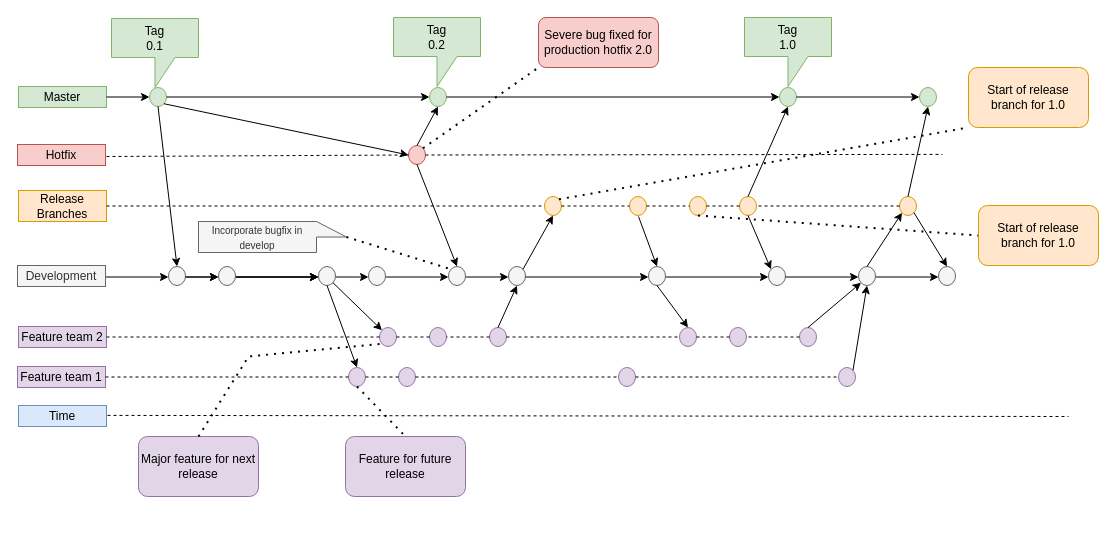
Earlier version of the draw.io diagram Foot_Git.drawio (SaiTejdev/Foot_Draw). Source tidied: cells renumbered, new cells numbered last; positions are measured from the earlier drawing's top-left corner, leaving out a move shared by most shapes. Both pictures are drawn from the tidied source at 100%, with x=0, y=0 at pixel (17, 17).
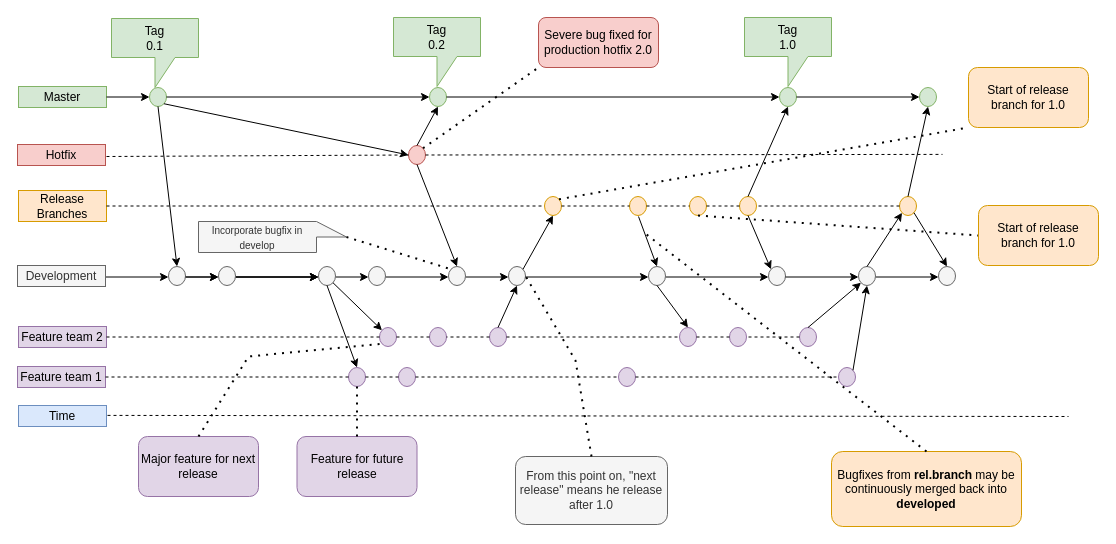
After the change.

The change refers to these unchanged cells:
```xml
<mxCell id="36" style="ellipse;whiteSpace=wrap;html=1;fontSize=12;fillColor=#f5f5f5;strokeColor=#666666;fontColor=#333333;direction=west;flipH=0;" parent="1" vertex="1">
  <mxGeometry x="491" y="249" width="17" height="19" as="geometry" />
</mxCell>
```

What changed in the source:
```diff
@@
     <mxCell id="103" value="Feature for future release" style="rounded=1;whiteSpace=wrap;html=1;fillColor=#e1d5e7;strokeColor=#9673a6;" parent="1" vertex="1">
-      <mxGeometry x="328" y="419" width="120" height="60" as="geometry" />
+      <mxGeometry x="279.5" y="419" width="120" height="60" as="geometry" />
     </mxCell>
@@
+    <mxCell id="106" value="From this point on, &quot;next release&quot; means he release after 1.0" style="rounded=1;whiteSpace=wrap;html=1;fillColor=#f5f5f5;strokeColor=#666666;fontColor=#333333;" parent="1" vertex="1">
+      <mxGeometry x="498" y="439" width="152" height="68" as="geometry" />
+    </mxCell>
+    <mxCell id="107" style="endArrow=none;dashed=1;html=1;dashPattern=1 3;strokeWidth=2;rounded=0;entryX=0;entryY=0.5;entryDx=0;entryDy=0;exitX=0.5;exitY=0;exitDx=0;exitDy=0;" parent="1" edge="1" source="106" target="36">
+      <mxGeometry relative="1" as="geometry">
+        <Array as="points">
+          <mxPoint x="558" y="343" />
+        </Array>
+      </mxGeometry>
+    </mxCell>
+    <mxCell id="108" value="Bugfixes from &lt;b&gt;rel.branch&lt;/b&gt; may be continuously merged back into &lt;b&gt;developed&lt;/b&gt;" style="rounded=1;whiteSpace=wrap;html=1;fillColor=#ffe6cc;strokeColor=#d79b00;" parent="1" vertex="1">
+      <mxGeometry x="814" y="434" width="190" height="75" as="geometry" />
+    </mxCell>
+    <mxCell id="109" style="endArrow=none;dashed=1;html=1;dashPattern=1 3;strokeWidth=2;rounded=0;exitX=0.5;exitY=0;exitDx=0;exitDy=0;" parent="1" edge="1" source="108">
+      <mxGeometry relative="1" as="geometry">
+        <mxPoint x="629" y="217" as="targetPoint" />
+      </mxGeometry>
+    </mxCell>
```
